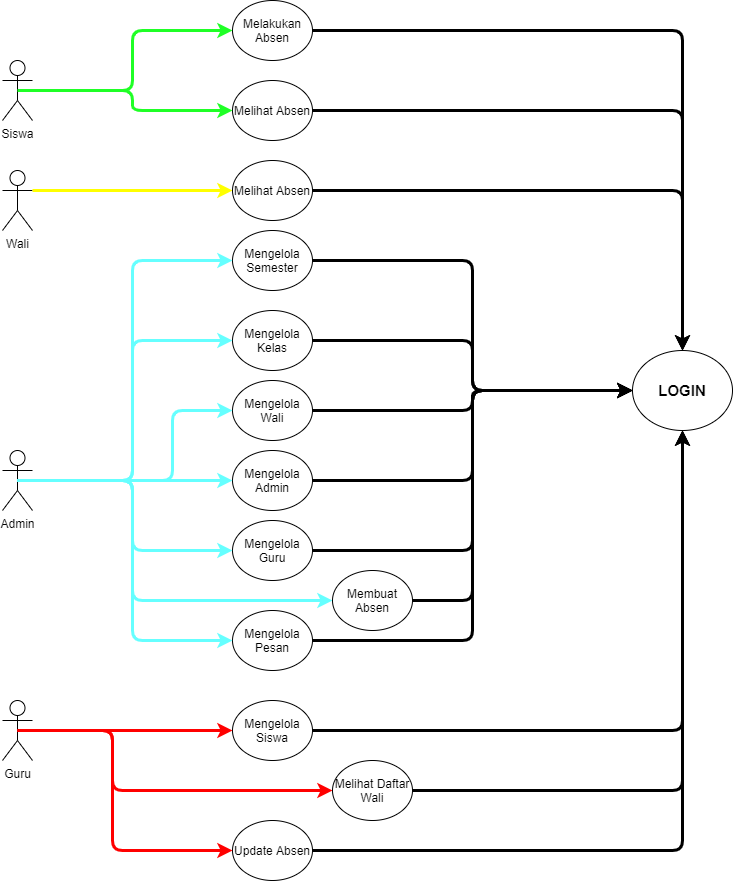
This is DIAGRAM USE CASE.png from tamamhuda/Aplikasi-Presensi, a draw.io export, as it was before one commit. Source tidied: cells renumbered, new cells last; positions are measured from the earlier drawing's top-left corner, leaving out a move shared by most shapes.
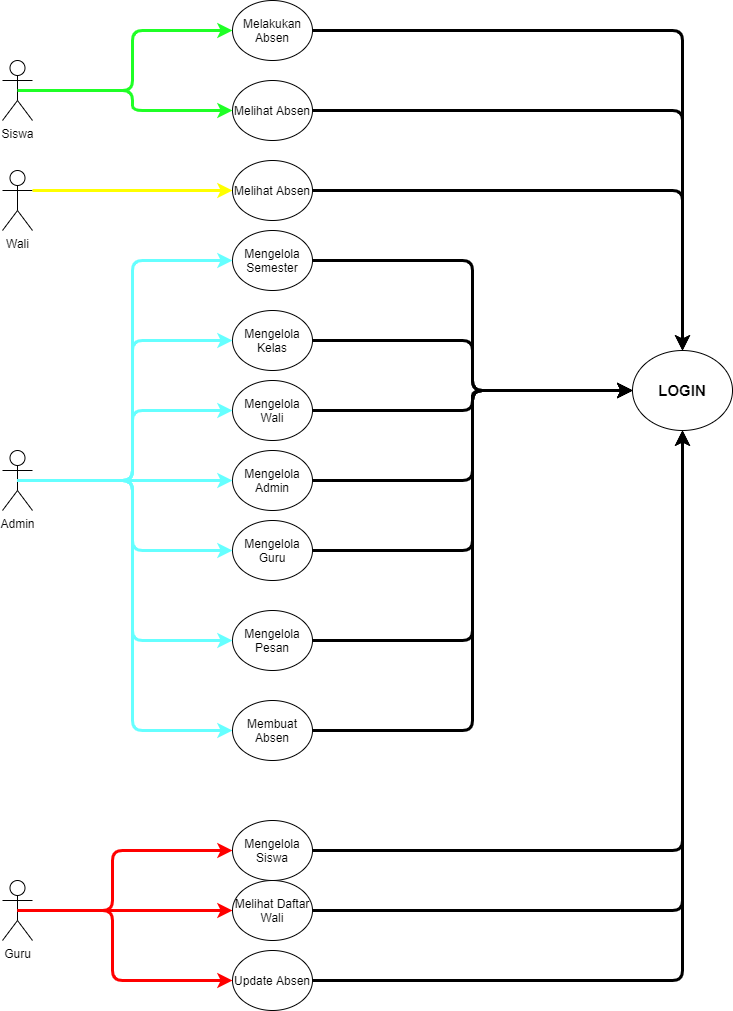
The same file after the commit.

What changed in the source:
```diff
@@ -9,7 +9,7 @@
       <mxGeometry y="450" width="30" height="60" as="geometry" />
     </mxCell>
     <mxCell id="4" value="Guru" style="shape=umlActor;verticalLabelPosition=bottom;verticalAlign=top;html=1;outlineConnect=0;" parent="1" vertex="1">
-      <mxGeometry y="700" width="30" height="60" as="geometry" />
+      <mxGeometry y="880" width="30" height="60" as="geometry" />
     </mxCell>
     <mxCell id="5" value="Wali" style="shape=umlActor;verticalLabelPosition=bottom;verticalAlign=top;html=1;outlineConnect=0;" parent="1" vertex="1">
       <mxGeometry y="170" width="30" height="60" as="geometry" />
@@ -18,13 +18,13 @@
       <mxGeometry x="630" y="350" width="100" height="80" as="geometry" />
     </mxCell>
     <mxCell id="7" value="Mengelola Siswa" style="ellipse;whiteSpace=wrap;html=1;" parent="1" vertex="1">
-      <mxGeometry x="230" y="700" width="80" height="60" as="geometry" />
+      <mxGeometry x="230" y="820" width="80" height="60" as="geometry" />
     </mxCell>
     <mxCell id="8" value="Mengelola Admin" style="ellipse;whiteSpace=wrap;html=1;" parent="1" vertex="1">
       <mxGeometry x="230" y="450" width="80" height="60" as="geometry" />
     </mxCell>
     <mxCell id="9" value="Update Absen" style="ellipse;whiteSpace=wrap;html=1;" parent="1" vertex="1">
-      <mxGeometry x="230" y="820" width="80" height="60" as="geometry" />
+      <mxGeometry x="230" y="950" width="80" height="60" as="geometry" />
     </mxCell>
     <mxCell id="10" value="Melihat Absen" style="ellipse;whiteSpace=wrap;html=1;" parent="1" vertex="1">
       <mxGeometry x="230" y="80" width="80" height="60" as="geometry" />
@@ -35,18 +35,19 @@
     <mxCell id="12" style="endArrow=classic;html=1;rounded=0;edgeStyle=orthogonalEdgeStyle;exitX=0.5;exitY=0.5;exitDx=0;exitDy=0;exitPerimeter=0;strokeWidth=3;strokeColor=#66FFFF;" parent="1" edge="1" source="3" target="8">
       <mxGeometry relative="1" as="geometry" />
     </mxCell>
-    <mxCell id="13" style="endArrow=classic;html=1;rounded=1;edgeStyle=orthogonalEdgeStyle;exitX=0.5;exitY=0.5;exitDx=0;exitDy=0;exitPerimeter=0;strokeWidth=3;strokeColor=#FF0000;" parent="1" edge="1" source="4" target="9">
+    <mxCell id="13" style="endArrow=classic;html=1;rounded=1;edgeStyle=orthogonalEdgeStyle;exitX=0.5;exitY=0.5;exitDx=0;exitDy=0;exitPerimeter=0;strokeWidth=3;strokeColor=#FF0000;entryX=0;entryY=0.5;entryDx=0;entryDy=0;" parent="1" edge="1" source="4" target="9">
       <mxGeometry relative="1" as="geometry">
         <Array as="points">
-          <mxPoint x="110" y="730" />
-          <mxPoint x="110" y="850" />
+          <mxPoint x="110" y="910" />
+          <mxPoint x="110" y="980" />
         </Array>
       </mxGeometry>
     </mxCell>
     <mxCell id="14" style="endArrow=classic;html=1;edgeStyle=orthogonalEdgeStyle;strokeColor=#FF0000;entryX=0;entryY=0.5;entryDx=0;entryDy=0;strokeWidth=3;exitX=0.5;exitY=0.5;exitDx=0;exitDy=0;exitPerimeter=0;rounded=1;" parent="1" edge="1" source="4" target="7">
       <mxGeometry relative="1" as="geometry">
         <Array as="points">
-          <mxPoint x="220" y="730" />
+          <mxPoint x="110" y="910" />
+          <mxPoint x="110" y="850" />
         </Array>
       </mxGeometry>
     </mxCell>
@@ -62,8 +63,8 @@
     <mxCell id="18" style="endArrow=classic;html=1;edgeStyle=orthogonalEdgeStyle;entryX=0;entryY=0.5;entryDx=0;entryDy=0;strokeColor=#66FFFF;strokeWidth=3;rounded=1;" parent="1" edge="1" source="3" target="17">
       <mxGeometry relative="1" as="geometry">
         <Array as="points">
-          <mxPoint x="170" y="480" />
-          <mxPoint x="170" y="410" />
+          <mxPoint x="130" y="480" />
+          <mxPoint x="130" y="410" />
         </Array>
       </mxGeometry>
     </mxCell>
@@ -82,8 +83,8 @@
     <mxCell id="23" style="endArrow=classic;html=1;edgeStyle=orthogonalEdgeStyle;entryX=0;entryY=0.5;entryDx=0;entryDy=0;exitX=0.5;exitY=0.5;exitDx=0;exitDy=0;exitPerimeter=0;strokeWidth=3;strokeColor=#FF0000;rounded=1;" parent="1" edge="1" source="4" target="31">
       <mxGeometry relative="1" as="geometry">
         <Array as="points">
-          <mxPoint x="110" y="730" />
-          <mxPoint x="110" y="790" />
+          <mxPoint x="70" y="910" />
+          <mxPoint x="70" y="910" />
         </Array>
       </mxGeometry>
     </mxCell>
@@ -91,7 +92,7 @@
       <mxGeometry relative="1" as="geometry">
         <Array as="points">
           <mxPoint x="130" y="480" />
-          <mxPoint x="130" y="600" />
+          <mxPoint x="130" y="730" />
         </Array>
       </mxGeometry>
     </mxCell>
@@ -118,10 +119,10 @@
       <mxGeometry x="230" y="160" width="80" height="60" as="geometry" />
     </mxCell>
     <mxCell id="31" value="Melihat Daftar Wali" style="ellipse;whiteSpace=wrap;html=1;" parent="1" vertex="1">
-      <mxGeometry x="330" y="760" width="80" height="60" as="geometry" />
+      <mxGeometry x="230" y="880" width="80" height="60" as="geometry" />
     </mxCell>
     <mxCell id="32" value="Membuat Absen" style="ellipse;whiteSpace=wrap;html=1;" parent="1" vertex="1">
-      <mxGeometry x="330" y="570" width="80" height="60" as="geometry" />
+      <mxGeometry x="230" y="700" width="80" height="60" as="geometry" />
     </mxCell>
     <mxCell id="33" style="endArrow=classic;html=1;rounded=1;strokeColor=#000000;strokeWidth=3;edgeStyle=orthogonalEdgeStyle;entryX=0.5;entryY=0;entryDx=0;entryDy=0;exitX=1;exitY=0.5;exitDx=0;exitDy=0;" parent="1" edge="1" source="15" target="6">
       <mxGeometry relative="1" as="geometry" />
@@ -155,7 +156,7 @@
     <mxCell id="41" style="endArrow=classic;html=1;rounded=1;strokeColor=#000000;strokeWidth=3;edgeStyle=orthogonalEdgeStyle;exitX=1;exitY=0.5;exitDx=0;exitDy=0;entryX=0;entryY=0.5;entryDx=0;entryDy=0;" parent="1" edge="1" source="32" target="6">
       <mxGeometry relative="1" as="geometry">
         <Array as="points">
-          <mxPoint x="470" y="600" />
+          <mxPoint x="470" y="730" />
           <mxPoint x="470" y="390" />
         </Array>
       </mxGeometry>
```
